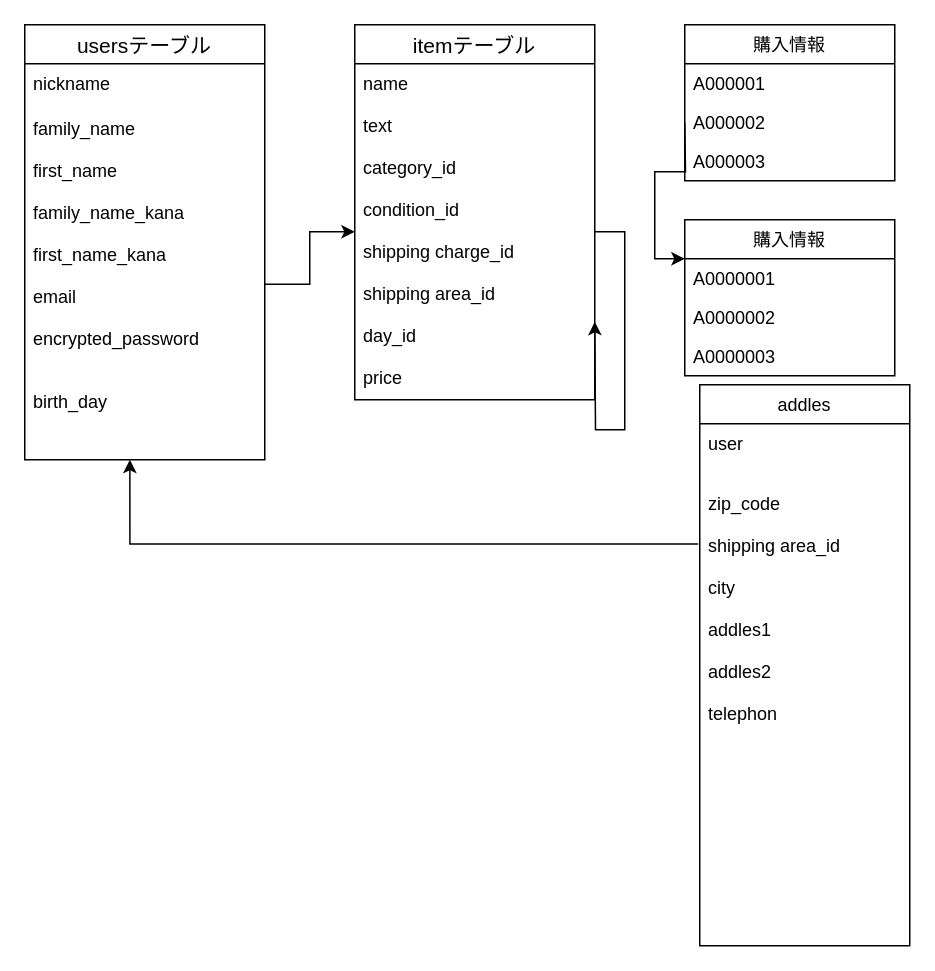
Earlier version of the draw.io diagram app/test.dio (techman104/furima362381). Source tidied: cells renumbered, new cells numbered last; positions are measured from the earlier drawing's top-left corner, leaving out a move shared by most shapes. Both pictures are drawn from the tidied source at 150%, with x=0, y=0 at pixel (24, 24).
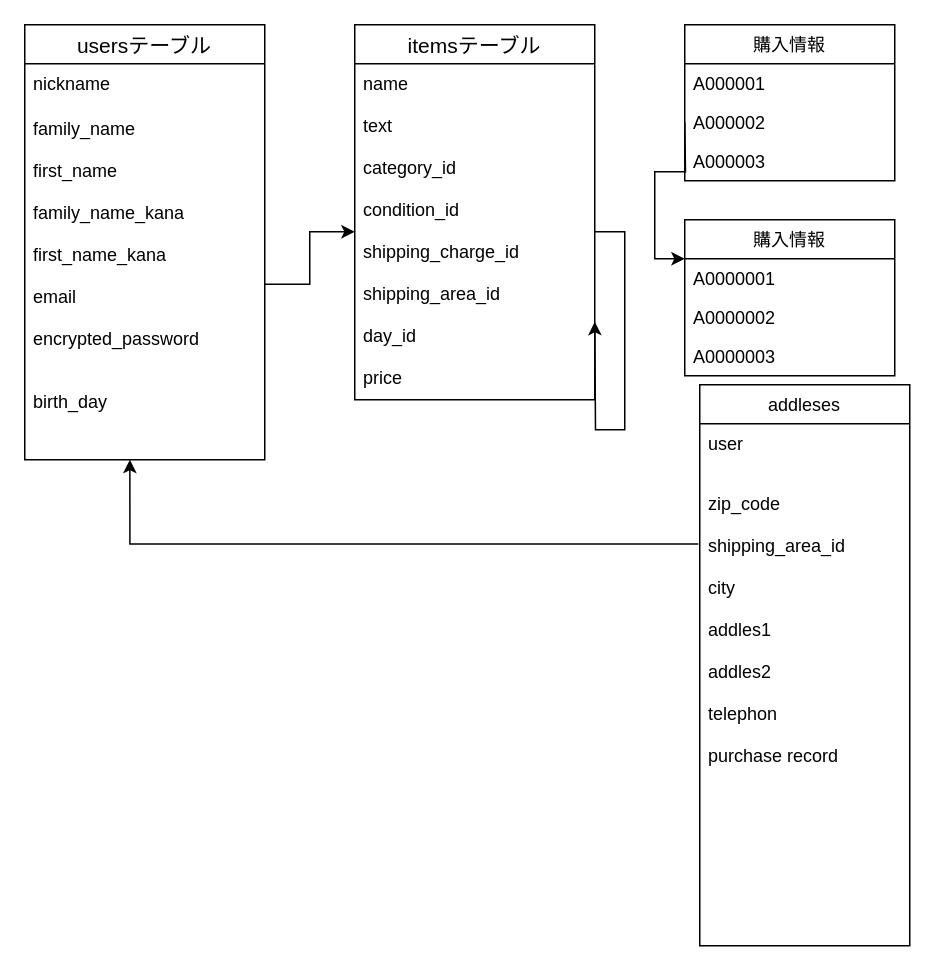
After the change.

Commit message (it also covers changes not shown here):
read meの修正

The edit, as a diff of the source:
```diff
@@
-    <mxCell id="6" value="itemテーブル" style="swimlane;fontStyle=0;horizontal=1;startSize=26;align=center;fontSize=14;" parent="1" vertex="1">
+    <mxCell id="6" value="itemsテーブル" style="swimlane;fontStyle=0;horizontal=1;startSize=26;align=center;fontSize=14;" parent="1" vertex="1">
       <mxGeometry x="220" width="160" height="250" as="geometry" />
     </mxCell>
-    <mxCell id="7" value="name&#10;&#10;text&#10;&#10;category_id&#10;&#10;condition_id&#10;&#10;shipping charge_id&#10;&#10;shipping area_id&#10;&#10;day_id&#10;&#10;price&#10;&#10;" style="text;strokeColor=none;fillColor=none;spacingLeft=4;spacingRight=4;overflow=hidden;points=[[0,0.5],[1,0.5]];portConstraint=eastwest;fontSize=12;" parent="6" vertex="1">
+    <mxCell id="7" value="name&#10;&#10;text&#10;&#10;category_id&#10;&#10;condition_id&#10;&#10;shipping_charge_id&#10;&#10;shipping_area_id&#10;&#10;day_id&#10;&#10;price&#10;&#10;" style="text;strokeColor=none;fillColor=none;spacingLeft=4;spacingRight=4;overflow=hidden;points=[[0,0.5],[1,0.5]];portConstraint=eastwest;fontSize=12;" parent="6" vertex="1">
       <mxGeometry y="26" width="160" height="224" as="geometry" />
     </mxCell>
@@
-    <mxCell id="22" value="addles" style="swimlane;fontStyle=0;horizontal=1;startSize=26;" parent="1" vertex="1">
+    <mxCell id="22" value="addleses" style="swimlane;fontStyle=0;horizontal=1;startSize=26;" parent="1" vertex="1">
       <mxGeometry x="450" y="240" width="140" height="374" as="geometry" />
     </mxCell>
@@
-    <mxCell id="24" value="&#10;zip_code&#10;&#10;shipping area_id&#10;&#10;city&#10;&#10;addles1&#10;&#10;addles2&#10;&#10;telephon" style="text;strokeColor=none;fillColor=none;align=left;verticalAlign=top;spacingLeft=4;spacingRight=4;overflow=hidden;points=[[0,0.5],[1,0.5]];portConstraint=eastwest;" parent="22" vertex="1">
+    <mxCell id="24" value="&#10;zip_code&#10;&#10;shipping_area_id&#10;&#10;city&#10;&#10;addles1&#10;&#10;addles2&#10;&#10;telephon&#10;&#10;purchase record" style="text;strokeColor=none;fillColor=none;align=left;verticalAlign=top;spacingLeft=4;spacingRight=4;overflow=hidden;points=[[0,0.5],[1,0.5]];portConstraint=eastwest;" parent="22" vertex="1">
       <mxGeometry y="52" width="140" height="322" as="geometry" />
     </mxCell>
```
